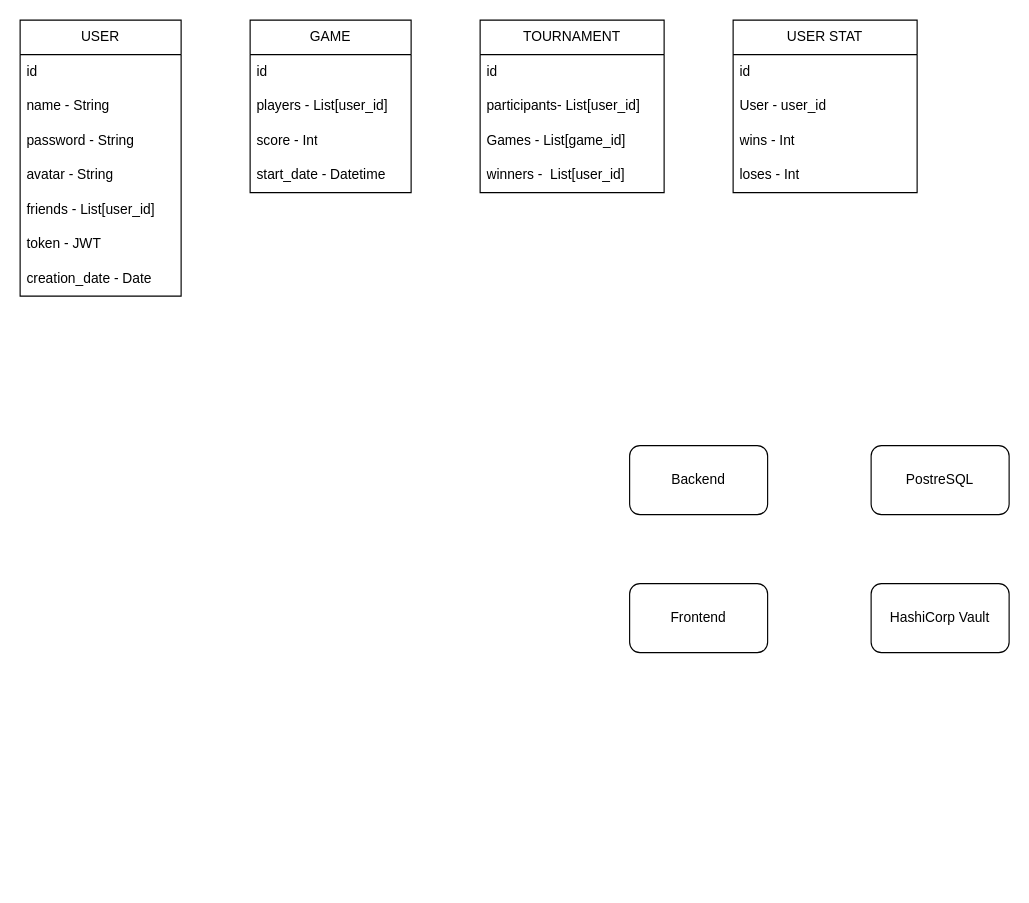
Earlier version of the draw.io diagram docs/arch.drawio (vasilisalmpanis/ft_trancendence). Source tidied: cells renumbered, new cells numbered last; positions are measured from the earlier drawing's top-left corner, leaving out a move shared by most shapes. Both pictures are drawn from the tidied source at 115%, with x=0, y=0 at pixel (20, 20).
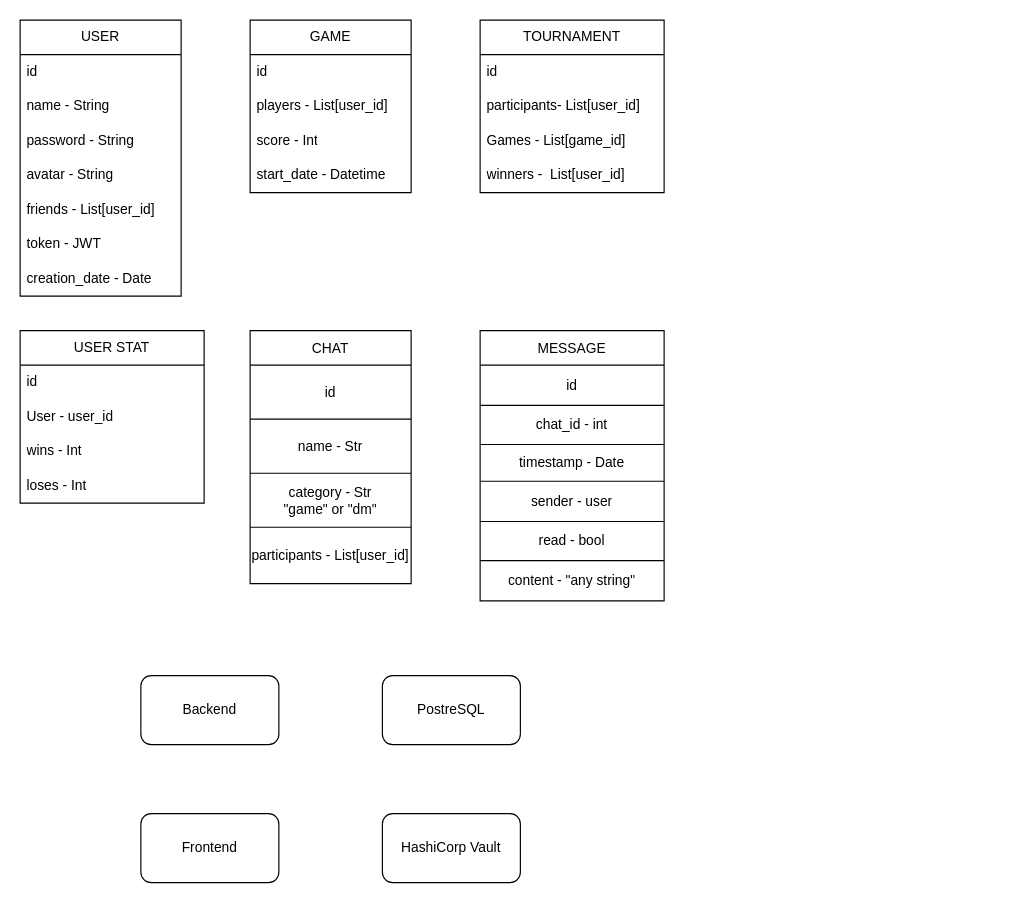
Above is the later version.

Diff of the diagram source:
```diff
@@
     <mxCell id="2" value="PostreSQL" style="rounded=1;whiteSpace=wrap;html=1;" parent="1" vertex="1">
-      <mxGeometry x="740" y="370" width="120" height="60" as="geometry" />
+      <mxGeometry x="315" y="570" width="120" height="60" as="geometry" />
     </mxCell>
     <mxCell id="3" value="Backend" style="rounded=1;whiteSpace=wrap;html=1;" parent="1" vertex="1">
-      <mxGeometry x="530" y="370" width="120" height="60" as="geometry" />
+      <mxGeometry x="105" y="570" width="120" height="60" as="geometry" />
     </mxCell>
     <mxCell id="4" value="Frontend" style="rounded=1;whiteSpace=wrap;html=1;" parent="1" vertex="1">
-      <mxGeometry x="530" y="490" width="120" height="60" as="geometry" />
+      <mxGeometry x="105" y="690" width="120" height="60" as="geometry" />
     </mxCell>
@@
     <mxCell id="23" value="HashiCorp Vault" style="rounded=1;whiteSpace=wrap;html=1;" parent="1" vertex="1">
-      <mxGeometry x="740" y="490" width="120" height="60" as="geometry" />
+      <mxGeometry x="315" y="690" width="120" height="60" as="geometry" />
     </mxCell>
     <mxCell id="24" value="USER STAT" style="swimlane;fontStyle=0;horizontal=1;startSize=30;whiteSpace=wrap;html=1;" parent="1" vertex="1">
-      <mxGeometry x="620" width="160" height="150" as="geometry" />
+      <mxGeometry y="270" width="160" height="150" as="geometry" />
     </mxCell>
@@
+    <mxCell id="29" value="MESSAGE" style="shape=table;startSize=30;childLayout=tableLayout;" parent="1" vertex="1">
+      <mxGeometry x="400" y="270" width="160" height="235" as="geometry" />
+    </mxCell>
+    <mxCell id="30" style="shape=tableRow;horizontal=0;startSize=0;swimlaneHead=0;swimlaneBody=0;top=0;left=0;bottom=0;right=0;fillColor=none;" parent="29" vertex="1">
+      <mxGeometry y="30" width="160" height="35" as="geometry" />
+    </mxCell>
+    <mxCell id="31" value="id" style="shape=partialRectangle;html=1;whiteSpace=wrap;overflow=hidden;fillColor=none;top=0;left=0;bottom=0;right=0;" parent="30" vertex="1">
+      <mxGeometry width="160" height="35" as="geometry" />
+    </mxCell>
+    <mxCell id="32" style="shape=tableRow;horizontal=0;startSize=0;swimlaneHead=0;swimlaneBody=0;top=0;left=0;bottom=0;right=0;fillColor=none;" parent="29" vertex="1">
+      <mxGeometry y="65" width="160" height="34" as="geometry" />
+    </mxCell>
+    <mxCell id="33" value="chat_id - int" style="shape=partialRectangle;html=1;whiteSpace=wrap;overflow=hidden;fillColor=none;top=0;left=0;bottom=0;right=0;" parent="32" vertex="1">
+      <mxGeometry width="160" height="34" as="geometry" />
+    </mxCell>
+    <mxCell id="34" style="shape=tableRow;horizontal=0;startSize=0;swimlaneHead=0;swimlaneBody=0;top=0;left=0;bottom=0;right=0;fillColor=none;" parent="29" vertex="1">
+      <mxGeometry y="99" width="160" height="32" as="geometry" />
+    </mxCell>
+    <mxCell id="35" value="timestamp - Date" style="shape=partialRectangle;html=1;whiteSpace=wrap;overflow=hidden;fillColor=none;top=0;left=0;bottom=0;right=0;" parent="34" vertex="1">
+      <mxGeometry width="160" height="32" as="geometry" />
+    </mxCell>
+    <mxCell id="36" style="shape=tableRow;horizontal=0;startSize=0;swimlaneHead=0;swimlaneBody=0;top=0;left=0;bottom=0;right=0;fillColor=none;" parent="29" vertex="1">
+      <mxGeometry y="131" width="160" height="35" as="geometry" />
+    </mxCell>
+    <mxCell id="37" value="sender - user" style="shape=partialRectangle;html=1;whiteSpace=wrap;overflow=hidden;fillColor=none;top=0;left=0;bottom=0;right=0;" parent="36" vertex="1">
+      <mxGeometry width="160" height="35" as="geometry" />
+    </mxCell>
+    <mxCell id="38" style="shape=tableRow;horizontal=0;startSize=0;swimlaneHead=0;swimlaneBody=0;top=0;left=0;bottom=0;right=0;fillColor=none;" parent="29" vertex="1">
+      <mxGeometry y="166" width="160" height="34" as="geometry" />
+    </mxCell>
+    <mxCell id="39" value="read - bool" style="shape=partialRectangle;html=1;whiteSpace=wrap;overflow=hidden;fillColor=none;top=0;left=0;bottom=0;right=0;" parent="38" vertex="1">
+      <mxGeometry width="160" height="34" as="geometry" />
+    </mxCell>
+    <mxCell id="40" style="shape=tableRow;horizontal=0;startSize=0;swimlaneHead=0;swimlaneBody=0;top=0;left=0;bottom=0;right=0;fillColor=none;" parent="29" vertex="1">
+      <mxGeometry y="200" width="160" height="35" as="geometry" />
+    </mxCell>
+    <mxCell id="41" value="content - &quot;any string&quot;" style="shape=partialRectangle;html=1;whiteSpace=wrap;overflow=hidden;fillColor=none;top=0;left=0;bottom=0;right=0;" parent="40" vertex="1">
+      <mxGeometry width="160" height="35" as="geometry" />
+    </mxCell>
+    <mxCell id="42" value="CHAT" style="shape=table;startSize=30;childLayout=tableLayout;" parent="1" vertex="1">
+      <mxGeometry x="200" y="270" width="140" height="220" as="geometry" />
+    </mxCell>
+    <mxCell id="43" style="shape=tableRow;horizontal=0;startSize=0;swimlaneHead=0;swimlaneBody=0;top=0;left=0;bottom=0;right=0;fillColor=none;" parent="42" vertex="1">
+      <mxGeometry y="30" width="140" height="47" as="geometry" />
+    </mxCell>
+    <mxCell id="44" value="id" style="shape=partialRectangle;html=1;whiteSpace=wrap;overflow=hidden;fillColor=none;top=0;left=0;bottom=0;right=0;" parent="43" vertex="1">
+      <mxGeometry width="140" height="47" as="geometry" />
+    </mxCell>
+    <mxCell id="45" style="shape=tableRow;horizontal=0;startSize=0;swimlaneHead=0;swimlaneBody=0;top=0;left=0;bottom=0;right=0;fillColor=none;" parent="42" vertex="1">
+      <mxGeometry y="77" width="140" height="47" as="geometry" />
+    </mxCell>
+    <mxCell id="46" value="name - Str" style="shape=partialRectangle;html=1;whiteSpace=wrap;overflow=hidden;fillColor=none;top=0;left=0;bottom=0;right=0;" parent="45" vertex="1">
+      <mxGeometry width="140" height="47" as="geometry" />
+    </mxCell>
+    <mxCell id="47" style="shape=tableRow;horizontal=0;startSize=0;swimlaneHead=0;swimlaneBody=0;top=0;left=0;bottom=0;right=0;fillColor=none;" parent="42" vertex="1">
+      <mxGeometry y="124" width="140" height="47" as="geometry" />
+    </mxCell>
+    <mxCell id="48" value="category - Str&lt;br&gt;&quot;game&quot; or &quot;dm&quot;" style="shape=partialRectangle;html=1;whiteSpace=wrap;overflow=hidden;fillColor=none;top=0;left=0;bottom=0;right=0;" parent="47" vertex="1">
+      <mxGeometry width="140" height="47" as="geometry" />
+    </mxCell>
+    <mxCell id="49" style="shape=tableRow;horizontal=0;startSize=0;swimlaneHead=0;swimlaneBody=0;top=0;left=0;bottom=0;right=0;fillColor=none;" parent="42" vertex="1">
+      <mxGeometry y="171" width="140" height="49" as="geometry" />
+    </mxCell>
+    <mxCell id="50" value="participants - List[user_id]" style="shape=partialRectangle;html=1;whiteSpace=wrap;overflow=hidden;fillColor=none;top=0;left=0;bottom=0;right=0;" parent="49" vertex="1">
+      <mxGeometry width="140" height="49" as="geometry" />
+    </mxCell>
```
